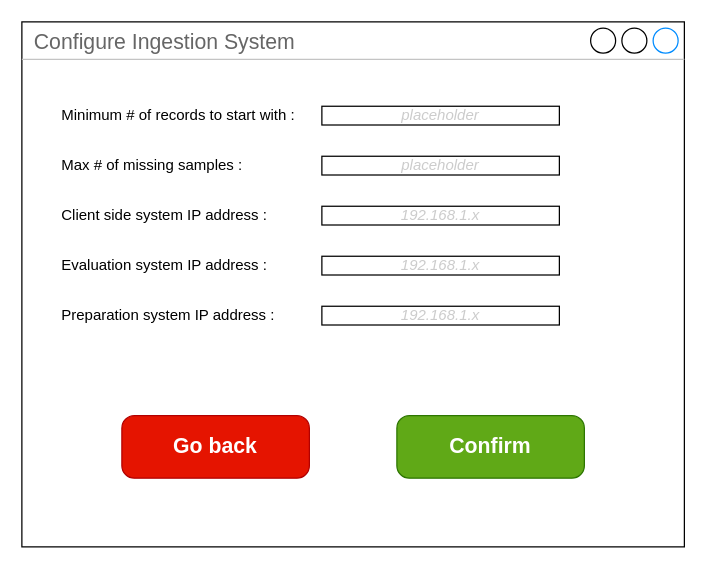
Above: configure/configure (ingestion system) CAPE.drawio in BaffoBello14/AutomaticDamagesRecognition (draw.io), before the change. Source tidied: cells renumbered, new cells numbered last; positions are measured from the earlier drawing's top-left corner, leaving out a move shared by most shapes. Both pictures are drawn from the tidied source at 125%, with x=0, y=0 at pixel (21, 21).
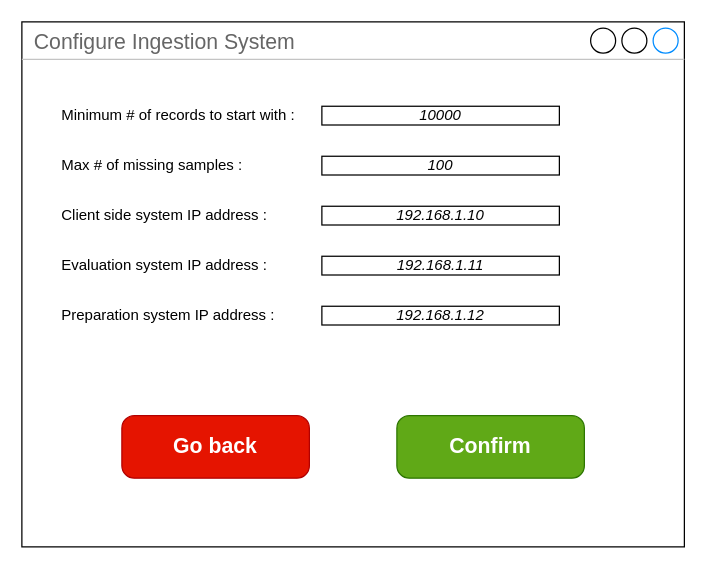
Above is the later version.

The edit, as a diff of the source:
```diff
@@
 <mxGraphModel>
   <root>
     <mxCell id="0" />
     <mxCell id="1" parent="0" />
     <mxCell id="2" value="Configure Ingestion System" style="strokeWidth=1;shadow=0;dashed=0;align=center;html=1;shape=mxgraph.mockup.containers.window;align=left;verticalAlign=top;spacingLeft=8;strokeColor2=#008cff;strokeColor3=#c4c4c4;fontColor=#666666;mainText=;fontSize=17;labelBackgroundColor=none;whiteSpace=wrap;" parent="1" vertex="1">
       <mxGeometry width="530" height="420" as="geometry" />
     </mxCell>
     <mxCell id="3" value="Confirm" style="strokeWidth=1;shadow=0;dashed=0;align=center;html=1;shape=mxgraph.mockup.buttons.button;strokeColor=#2D7600;fontColor=#ffffff;mainText=;buttonStyle=round;fontSize=17;fontStyle=1;fillColor=#60a917;whiteSpace=wrap;" parent="1" vertex="1">
       <mxGeometry x="300" y="315" width="150" height="50" as="geometry" />
     </mxCell>
     <mxCell id="4" value="Go back" style="strokeWidth=1;shadow=0;dashed=0;align=center;html=1;shape=mxgraph.mockup.buttons.button;strokeColor=#B20000;mainText=;buttonStyle=round;fontSize=17;fontStyle=1;fillColor=#e51400;whiteSpace=wrap;fontColor=#ffffff;" parent="1" vertex="1">
       <mxGeometry x="80" y="315" width="150" height="50" as="geometry" />
     </mxCell>
     <mxCell id="5" value="Minimum # of records to start with :" style="text;html=1;strokeColor=none;fillColor=none;align=left;verticalAlign=middle;whiteSpace=wrap;rounded=0;" parent="1" vertex="1">
       <mxGeometry x="30" y="60" width="210" height="30" as="geometry" />
     </mxCell>
-    <mxCell id="6" value="&lt;i&gt;&lt;font&gt;placeholder&lt;/font&gt;&lt;/i&gt;" style="rounded=0;whiteSpace=wrap;html=1;fontColor=#CCCCCC;" parent="1" vertex="1">
+    <mxCell id="6" value="&lt;i&gt;&lt;font&gt;10000&lt;/font&gt;&lt;/i&gt;" style="rounded=0;whiteSpace=wrap;html=1;fontColor=#000000;" parent="1" vertex="1">
       <mxGeometry x="240" y="67.5" width="190" height="15" as="geometry" />
     </mxCell>
     <mxCell id="7" value="Max # of missing samples :" style="text;html=1;strokeColor=none;fillColor=none;align=left;verticalAlign=middle;whiteSpace=wrap;rounded=0;" parent="1" vertex="1">
       <mxGeometry x="30" y="100" width="210" height="30" as="geometry" />
     </mxCell>
-    <mxCell id="8" value="&lt;i&gt;&lt;font&gt;placeholder&lt;/font&gt;&lt;/i&gt;" style="rounded=0;whiteSpace=wrap;html=1;fontColor=#CCCCCC;" parent="1" vertex="1">
+    <mxCell id="8" value="&lt;i&gt;&lt;font&gt;100&lt;/font&gt;&lt;/i&gt;" style="rounded=0;whiteSpace=wrap;html=1;fontColor=#000000;" parent="1" vertex="1">
       <mxGeometry x="240" y="107.5" width="190" height="15" as="geometry" />
     </mxCell>
     <mxCell id="9" value="Client side system IP address :" style="text;html=1;strokeColor=none;fillColor=none;align=left;verticalAlign=middle;whiteSpace=wrap;rounded=0;" parent="1" vertex="1">
       <mxGeometry x="30" y="140" width="210" height="30" as="geometry" />
     </mxCell>
-    <mxCell id="10" value="&lt;i&gt;&lt;font&gt;192.168.1.x&lt;/font&gt;&lt;/i&gt;" style="rounded=0;whiteSpace=wrap;html=1;fontColor=#CCCCCC;" parent="1" vertex="1">
+    <mxCell id="10" value="&lt;i&gt;&lt;font&gt;192.168.1.10&lt;/font&gt;&lt;/i&gt;" style="rounded=0;whiteSpace=wrap;html=1;fontColor=#000000;" parent="1" vertex="1">
       <mxGeometry x="240" y="147.5" width="190" height="15" as="geometry" />
     </mxCell>
     <mxCell id="11" value="Evaluation system IP address :" style="text;html=1;strokeColor=none;fillColor=none;align=left;verticalAlign=middle;whiteSpace=wrap;rounded=0;" parent="1" vertex="1">
       <mxGeometry x="30" y="180" width="210" height="30" as="geometry" />
     </mxCell>
-    <mxCell id="12" value="&lt;i style=&quot;border-color: var(--border-color);&quot;&gt;&lt;font style=&quot;border-color: var(--border-color);&quot;&gt;192.168.1.x&lt;/font&gt;&lt;/i&gt;" style="rounded=0;whiteSpace=wrap;html=1;fontColor=#CCCCCC;" parent="1" vertex="1">
+    <mxCell id="12" value="&lt;i style=&quot;border-color: var(--border-color);&quot;&gt;&lt;font style=&quot;border-color: var(--border-color);&quot;&gt;192.168.1.11&lt;/font&gt;&lt;/i&gt;" style="rounded=0;whiteSpace=wrap;html=1;fontColor=#000000;" parent="1" vertex="1">
       <mxGeometry x="240" y="187.5" width="190" height="15" as="geometry" />
     </mxCell>
     <mxCell id="13" value="Preparation system IP address :" style="text;html=1;strokeColor=none;fillColor=none;align=left;verticalAlign=middle;whiteSpace=wrap;rounded=0;" parent="1" vertex="1">
       <mxGeometry x="30" y="220" width="210" height="30" as="geometry" />
     </mxCell>
-    <mxCell id="14" value="&lt;i style=&quot;border-color: var(--border-color);&quot;&gt;&lt;font style=&quot;border-color: var(--border-color);&quot;&gt;192.168.1.x&lt;/font&gt;&lt;/i&gt;" style="rounded=0;whiteSpace=wrap;html=1;fontColor=#CCCCCC;" parent="1" vertex="1">
+    <mxCell id="14" value="&lt;i style=&quot;border-color: var(--border-color);&quot;&gt;&lt;font style=&quot;border-color: var(--border-color);&quot;&gt;192.168.1.12&lt;/font&gt;&lt;/i&gt;" style="rounded=0;whiteSpace=wrap;html=1;fontColor=#000000;" parent="1" vertex="1">
       <mxGeometry x="240" y="227.5" width="190" height="15" as="geometry" />
     </mxCell>
   </root>
 </mxGraphModel>
```
